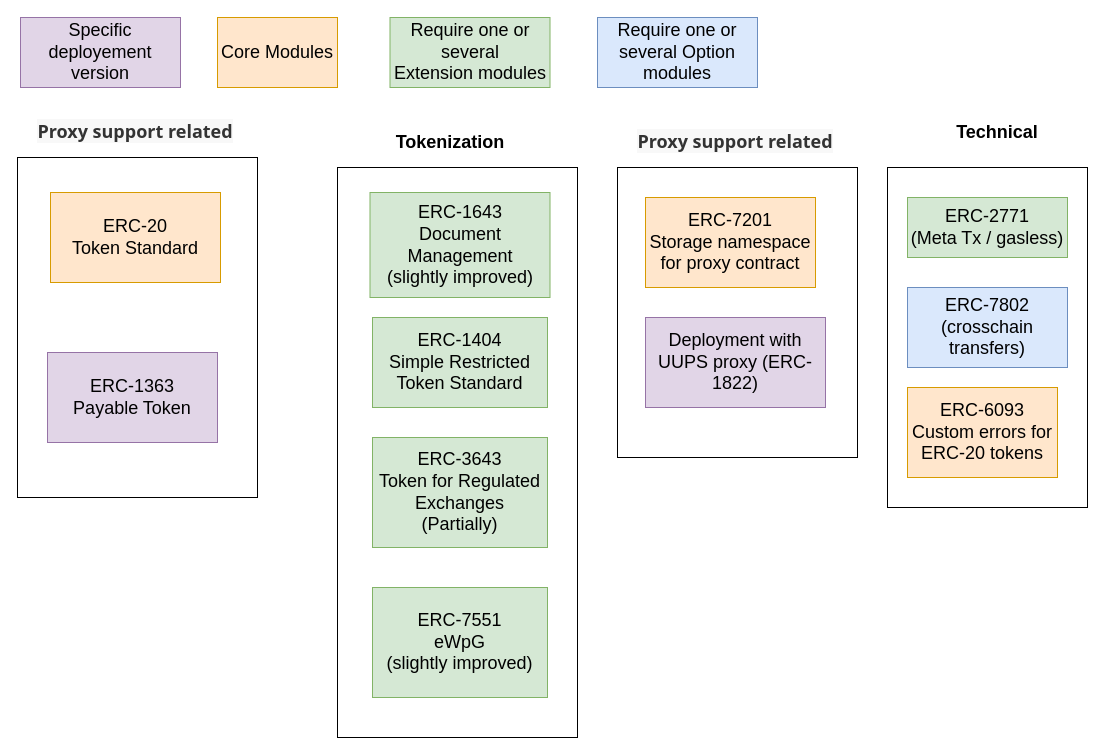
Above: page "ERC" (2 of 2) of doc/schema/drawio/architecture.drawio in CMTA/CMTAT (draw.io), before the change. Source tidied: cells renumbered, new cells numbered last; positions are measured from the earlier drawing's top-left corner, leaving out a move shared by most shapes. Both pictures are drawn from the tidied source at 100%, with x=0, y=0 at pixel (17, 17).
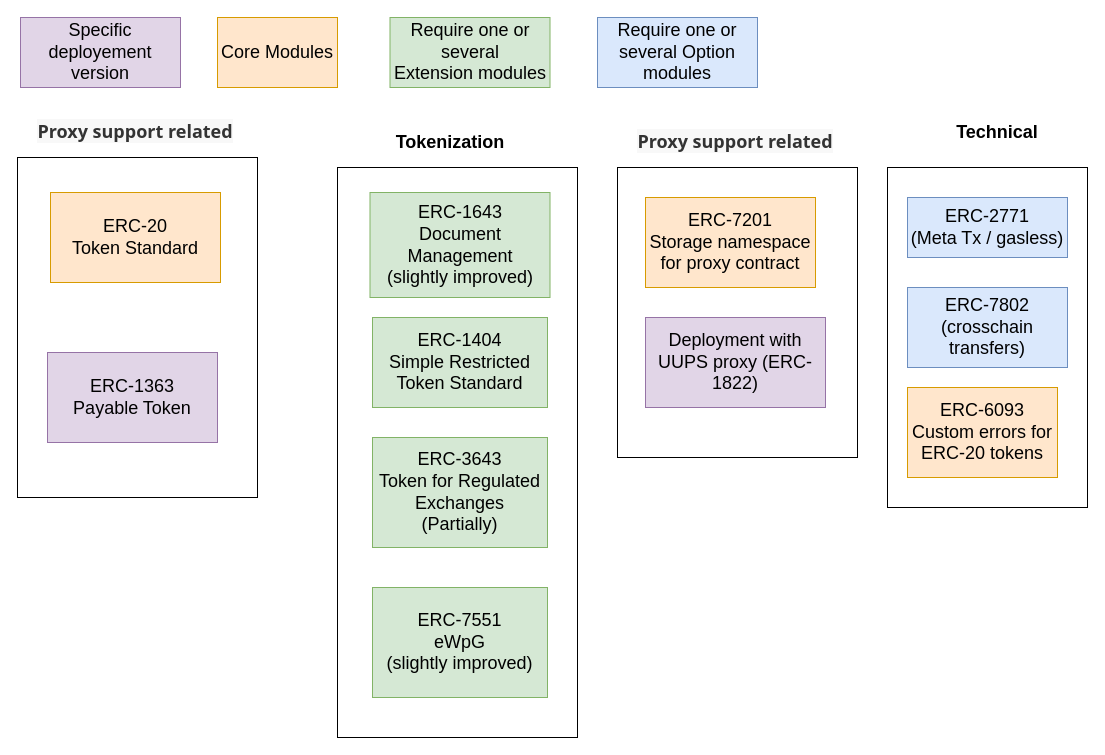
The same page after the edit.

Change to the diagram source:
```diff
@@
-    <mxCell id="10" value="ERC-2771&lt;br style=&quot;font-size: 18px;&quot;&gt;(Meta Tx / gasless)&lt;br style=&quot;font-size: 18px;&quot;&gt;" style="rounded=0;whiteSpace=wrap;html=1;fontSize=18;fillColor=#d5e8d4;strokeColor=#82b366;" parent="1" vertex="1">
+    <mxCell id="10" value="ERC-2771&lt;br style=&quot;font-size: 18px;&quot;&gt;(Meta Tx / gasless)&lt;br style=&quot;font-size: 18px;&quot;&gt;" style="rounded=0;whiteSpace=wrap;html=1;fontSize=18;fillColor=#dae8fc;strokeColor=#6c8ebf;" parent="1" vertex="1">
       <mxGeometry x="890" y="180" width="160" height="60" as="geometry" />
     </mxCell>
```
